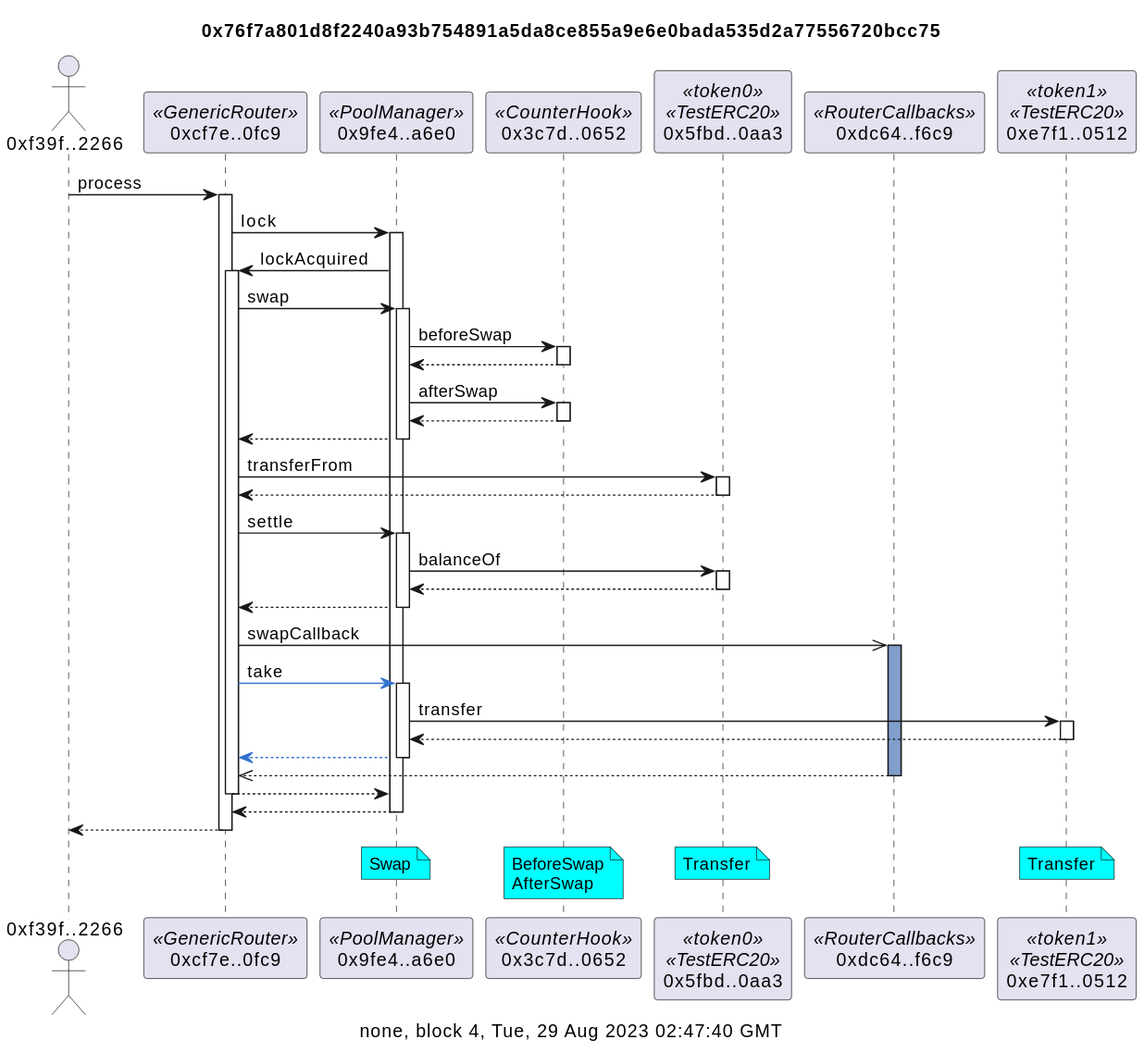
Before: docs/counterSwapSummary.svg, a diagram exported from PlantUML (naddison36/uniswap-v4-hooks).
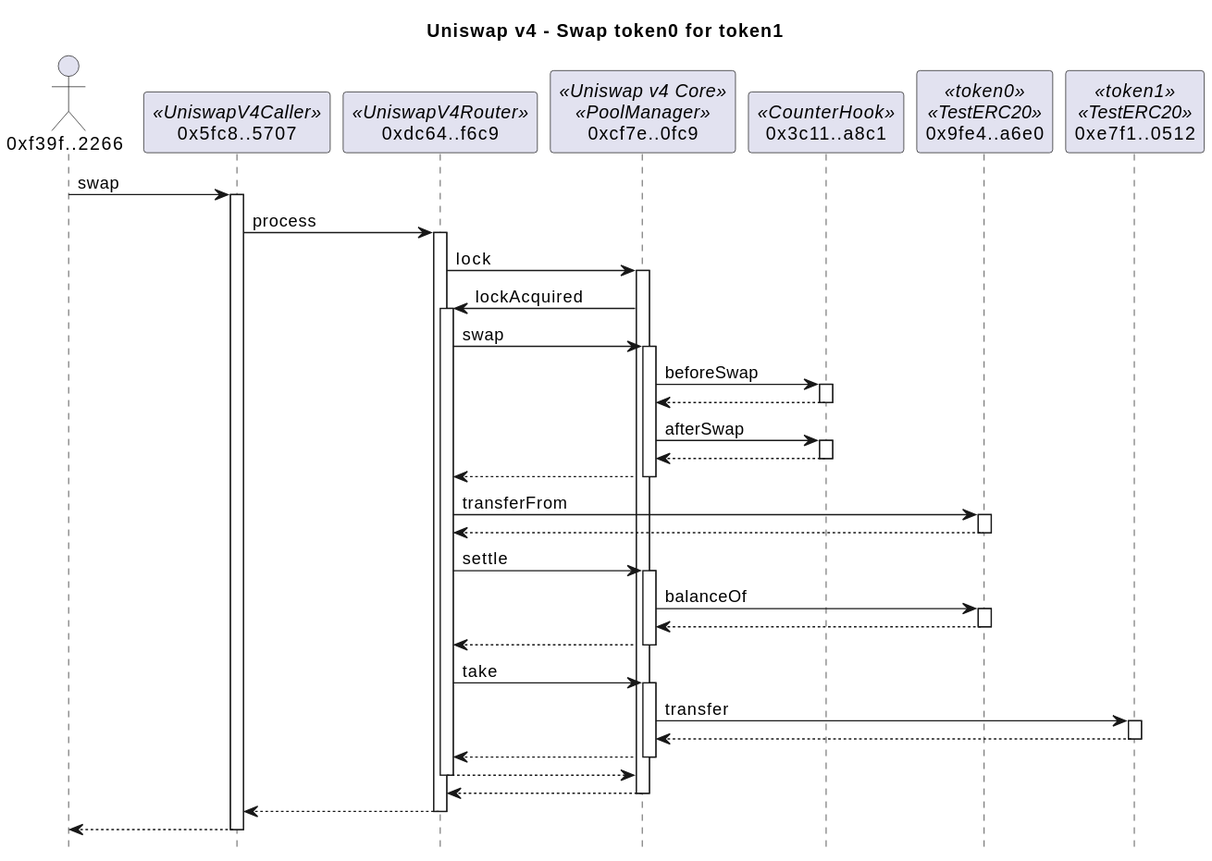
After the change.

The edit, as a diff of the source:
```diff
@@ -1,44 +1,44 @@
 @startuml
-title 0x76f7a801d8f2240a93b754891a5da8ce855a9e6e0bada535d2a77556720bcc75
+title Uniswap v4 - Swap token0 for token1
+hide footbox
 
-caption none, block 4, Tue, 29 Aug 2023 02:47:40 GMT
 actor "0xf39f..2266" as f39f2266
-participant "0xcf7e..0fc9" as cf7e0fc9 <<GenericRouter>>
-participant "0x9fe4..a6e0" as 9fe4a6e0 <<PoolManager>>
-participant "0x3c7d..0652" as 3c7d0652 <<CounterHook>>
-participant "0x5fbd..0aa3" as 5fbd0aa3 <<token0>><<TestERC20>>
-participant "0xdc64..f6c9" as dc64f6c9 <<RouterCallbacks>>
+participant "0x5fc8..5707" as 5fc85707 <<UniswapV4Caller>>
+participant "0xdc64..f6c9" as dc64f6c9 <<UniswapV4Router>>
+participant "0xcf7e..0fc9" as cf7e0fc9 <<Uniswap v4 Core>><<PoolManager>>
+participant "0x3c11..a8c1" as 3c11a8c1 <<CounterHook>>
+participant "0x9fe4..a6e0" as 9fe4a6e0 <<token0>><<TestERC20>>
 participant "0xe7f1..0512" as e7f10512 <<token1>><<TestERC20>>
 
-f39f2266 -> cf7e0fc9: process
+f39f2266 -> 5fc85707: swap
+activate 5fc85707
+5fc85707 -> dc64f6c9: process
+activate dc64f6c9
+dc64f6c9 -> cf7e0fc9: lock
 activate cf7e0fc9
-cf7e0fc9 -> 9fe4a6e0: lock
-activate 9fe4a6e0
-9fe4a6e0 -> cf7e0fc9: lockAcquired
+cf7e0fc9 -> dc64f6c9: lockAcquired
+activate dc64f6c9
+dc64f6c9 -> cf7e0fc9: swap
 activate cf7e0fc9
-cf7e0fc9 -> 9fe4a6e0: swap
-activate 9fe4a6e0
-9fe4a6e0 -> 3c7d0652: beforeSwap
-activate 3c7d0652
+cf7e0fc9 -> 3c11a8c1: beforeSwap
+activate 3c11a8c1
 return
-9fe4a6e0 -> 3c7d0652: afterSwap
-activate 3c7d0652
+cf7e0fc9 -> 3c11a8c1: afterSwap
+activate 3c11a8c1
 return
 return
-cf7e0fc9 -> 5fbd0aa3: transferFrom
-activate 5fbd0aa3
+dc64f6c9 -> 9fe4a6e0: transferFrom
+activate 9fe4a6e0
 return
-cf7e0fc9 -> 9fe4a6e0: settle
+dc64f6c9 -> cf7e0fc9: settle
+activate cf7e0fc9
+cf7e0fc9 -> 9fe4a6e0: balanceOf
 activate 9fe4a6e0
-9fe4a6e0 -> 5fbd0aa3: balanceOf
-activate 5fbd0aa3
 return
 return
-cf7e0fc9 ->> dc64f6c9: swapCallback
-activate dc64f6c9 #809ECB
-cf7e0fc9 -[#3471CD]> 9fe4a6e0: take
-activate 9fe4a6e0
-9fe4a6e0 -> e7f10512: transfer
+dc64f6c9 -> cf7e0fc9: take
+activate cf7e0fc9
+cf7e0fc9 -> e7f10512: transfer
 activate e7f10512
 return
 return
@@ -46,21 +46,4 @@
 return
 return
 return
-
-note over 9fe4a6e0 #aqua
-Swap
-end note
-
-/ note over 3c7d0652 #aqua
-BeforeSwap
-AfterSwap
-end note
-
-/ note over 5fbd0aa3 #aqua
-Transfer
-end note
-
-/ note over e7f10512 #aqua
-Transfer
-end note
 @enduml
```
